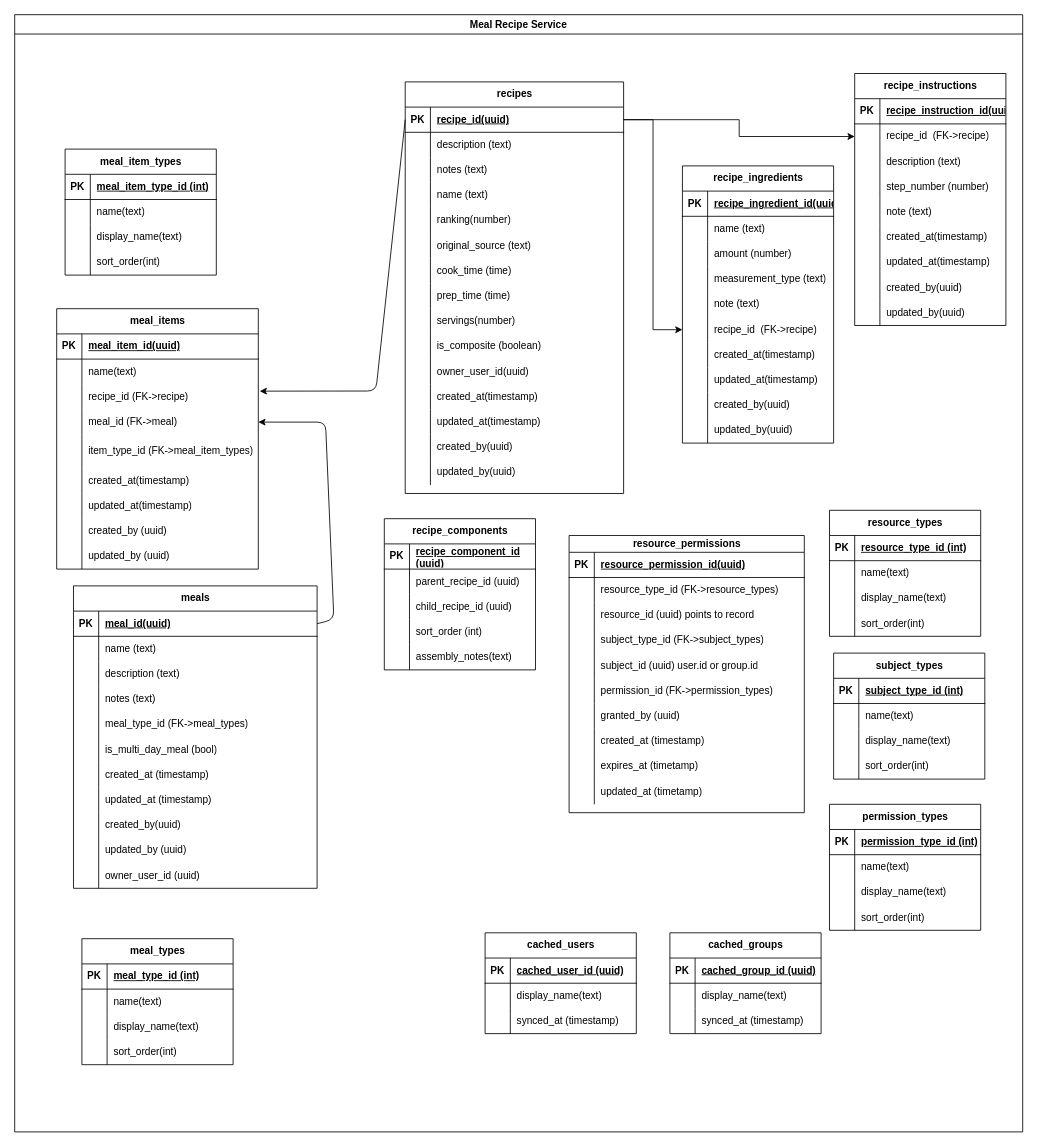
salzheimer/mealplanner keeps this draw.io diagram as page "Meal Recipe DB" (2 of 3) of docs/meal_planning_datamodel.drawio. Above is the earlier version. Source tidied: cells renumbered, new cells numbered last; positions are measured from the earlier drawing's top-left corner, leaving out a move shared by most shapes. Both pictures are drawn from the tidied source at 84%, with x=0, y=0 at pixel (14, 14).
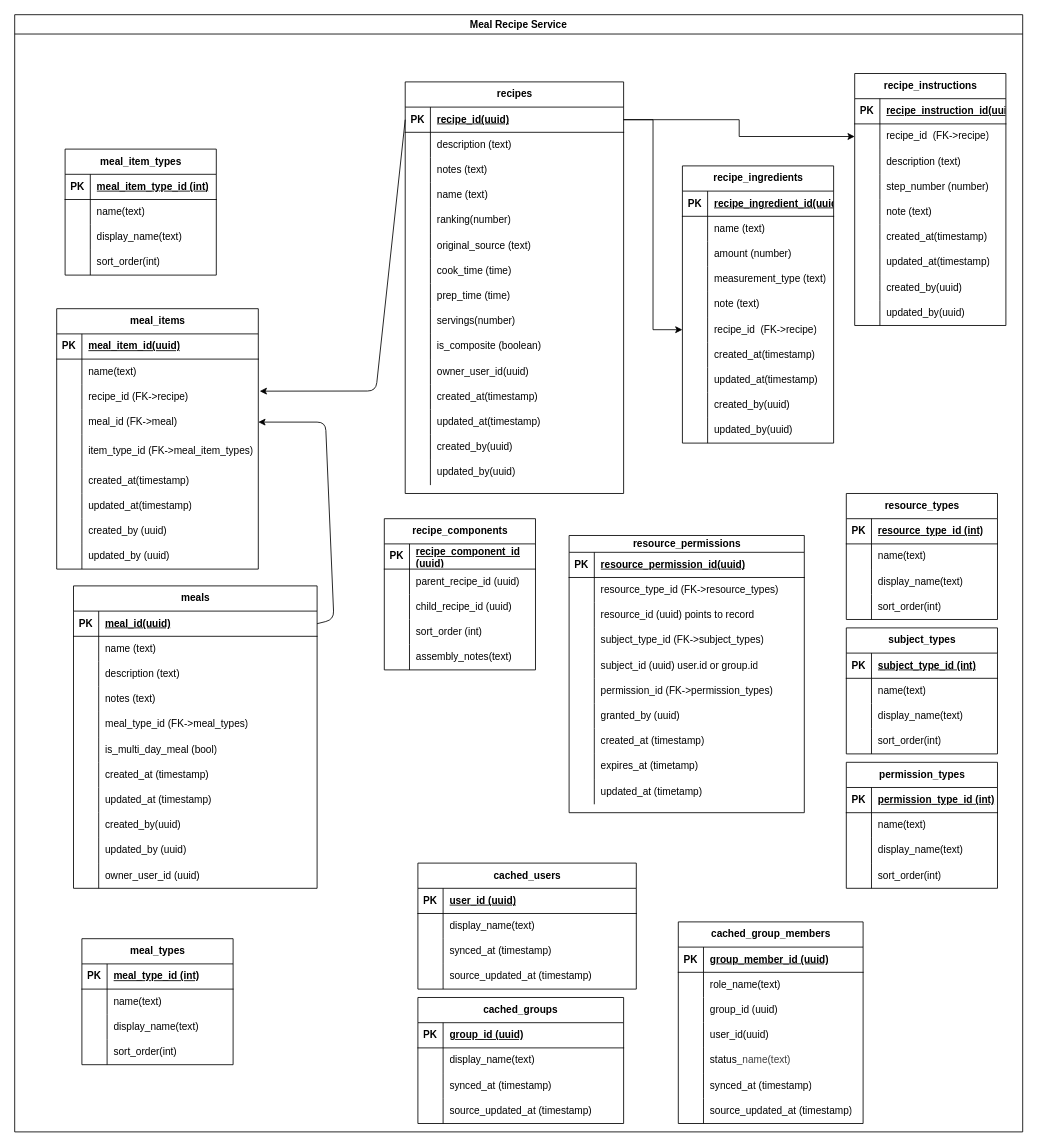
Above is the later version.

The change refers to these unchanged cells:
```xml
<mxCell id="2" value="Meal Recipe Service" style="swimlane;whiteSpace=wrap;html=1;" parent="1" vertex="1">
  <mxGeometry width="1200" height="1330" as="geometry" />
</mxCell>
```

The edit, as a diff of the source:
```diff
@@
     <mxCell id="186" value="&lt;div style=&quot;text-align: left;&quot;&gt;&lt;span style=&quot;background-color: transparent; text-wrap-mode: wrap;&quot;&gt;resource_types&lt;/span&gt;&lt;/div&gt;" style="shape=table;startSize=30;childLayout=tableLayout;rowLines=0;fontStyle=1;align=center;html=1;" parent="2" vertex="1">
-      <mxGeometry x="970" y="590" width="180" height="150" as="geometry" />
+      <mxGeometry x="990" y="570" width="180" height="150" as="geometry" />
     </mxCell>
@@
     <mxCell id="199" value="&lt;span style=&quot;color: rgb(0, 0, 0); text-align: left; white-space: normal;&quot;&gt;subject_&lt;/span&gt;types" style="shape=table;startSize=30;childLayout=tableLayout;rowLines=0;fontStyle=1;align=center;html=1;" parent="2" vertex="1">
-      <mxGeometry x="974.9" y="760" width="180" height="150" as="geometry" />
+      <mxGeometry x="990" y="730" width="180" height="150" as="geometry" />
     </mxCell>
@@
     <mxCell id="256" value="&lt;span style=&quot;color: rgb(0, 0, 0); text-align: left; white-space: normal;&quot;&gt;permission_&lt;/span&gt;types" style="shape=table;startSize=30;childLayout=tableLayout;rowLines=0;fontStyle=1;align=center;html=1;" parent="2" vertex="1">
-      <mxGeometry x="970" y="940" width="180" height="150" as="geometry" />
+      <mxGeometry x="990" y="890" width="180" height="150" as="geometry" />
     </mxCell>
@@
     <mxCell id="269" value="cached_users" style="shape=table;startSize=30;childLayout=tableLayout;rowLines=0;fontStyle=1;align=center;html=1;" parent="2" vertex="1">
-      <mxGeometry x="560" y="1093" width="180" height="120" as="geometry" />
+      <mxGeometry x="480" y="1010" width="260" height="150" as="geometry" />
     </mxCell>
     <mxCell id="270" style="shape=tableRow;horizontal=0;startSize=0;swimlaneHead=0;swimlaneBody=0;fillColor=none;top=0;left=0;right=0;bottom=1;" parent="269" vertex="1">
-      <mxGeometry y="30" width="180" height="30" as="geometry" />
+      <mxGeometry y="30" width="260" height="30" as="geometry" />
     </mxCell>
@@
-    <mxCell id="272" value="cached_user_id (uuid)" style="shape=partialRectangle;fillColor=none;top=0;left=0;bottom=0;right=0;align=left;spacingLeft=6;fontStyle=5;overflow=hidden;whiteSpace=wrap;html=1;" parent="270" vertex="1">
-      <mxGeometry x="30" width="150" height="30" as="geometry" />
+    <mxCell id="272" value="user_id (uuid)" style="shape=partialRectangle;fillColor=none;top=0;left=0;bottom=0;right=0;align=left;spacingLeft=6;fontStyle=5;overflow=hidden;whiteSpace=wrap;html=1;" parent="270" vertex="1">
+      <mxGeometry x="30" width="230" height="30" as="geometry" />
     </mxCell>
     <mxCell id="273" style="shape=tableRow;horizontal=0;startSize=0;swimlaneHead=0;swimlaneBody=0;fillColor=none;top=0;left=0;right=0;bottom=0;" parent="269" vertex="1">
-      <mxGeometry y="60" width="180" height="30" as="geometry" />
+      <mxGeometry y="60" width="260" height="30" as="geometry" />
     </mxCell>
@@
     <mxCell id="275" value="display_name(text)" style="shape=partialRectangle;fillColor=none;top=0;left=0;bottom=0;right=0;align=left;spacingLeft=6;overflow=hidden;whiteSpace=wrap;html=1;" parent="273" vertex="1">
-      <mxGeometry x="30" width="150" height="30" as="geometry" />
+      <mxGeometry x="30" width="230" height="30" as="geometry" />
     </mxCell>
     <mxCell id="276" style="shape=tableRow;horizontal=0;startSize=0;swimlaneHead=0;swimlaneBody=0;fillColor=none;top=0;left=0;right=0;bottom=0;" parent="269" vertex="1">
-      <mxGeometry y="90" width="180" height="30" as="geometry" />
+      <mxGeometry y="90" width="260" height="30" as="geometry" />
     </mxCell>
@@
     <mxCell id="278" value="synced_at (timestamp)" style="shape=partialRectangle;fillColor=none;top=0;left=0;bottom=0;right=0;align=left;spacingLeft=6;overflow=hidden;whiteSpace=wrap;html=1;" parent="276" vertex="1">
-      <mxGeometry x="30" width="150" height="30" as="geometry" />
+      <mxGeometry x="30" width="230" height="30" as="geometry" />
     </mxCell>
+    <mxCell id="306" style="shape=tableRow;horizontal=0;startSize=0;swimlaneHead=0;swimlaneBody=0;fillColor=none;top=0;left=0;right=0;bottom=0;" parent="269" vertex="1">
+      <mxGeometry y="120" width="260" height="30" as="geometry" />
+    </mxCell>
+    <mxCell id="307" style="shape=partialRectangle;fillColor=none;top=0;left=0;bottom=0;right=0;overflow=hidden;whiteSpace=wrap;html=1;" parent="306" vertex="1">
+      <mxGeometry width="30" height="30" as="geometry" />
+    </mxCell>
+    <mxCell id="308" value="source_updated_at (timestamp)" style="shape=partialRectangle;fillColor=none;top=0;left=0;bottom=0;right=0;align=left;spacingLeft=6;overflow=hidden;whiteSpace=wrap;html=1;" parent="306" vertex="1">
+      <mxGeometry x="30" width="230" height="30" as="geometry" />
+    </mxCell>
     <mxCell id="279" value="cached_groups" style="shape=table;startSize=30;childLayout=tableLayout;rowLines=0;fontStyle=1;align=center;html=1;" parent="2" vertex="1">
-      <mxGeometry x="780" y="1093" width="180" height="120" as="geometry" />
+      <mxGeometry x="480" y="1170" width="244.9" height="150" as="geometry" />
     </mxCell>
     <mxCell id="280" style="shape=tableRow;horizontal=0;startSize=0;swimlaneHead=0;swimlaneBody=0;fillColor=none;top=0;left=0;right=0;bottom=1;" parent="279" vertex="1">
-      <mxGeometry y="30" width="180" height="30" as="geometry" />
+      <mxGeometry y="30" width="244.9" height="30" as="geometry" />
     </mxCell>
@@
-    <mxCell id="282" value="cached_group_id (uuid)" style="shape=partialRectangle;fillColor=none;top=0;left=0;bottom=0;right=0;align=left;spacingLeft=6;fontStyle=5;overflow=hidden;whiteSpace=wrap;html=1;" parent="280" vertex="1">
-      <mxGeometry x="30" width="150" height="30" as="geometry" />
+    <mxCell id="282" value="group_id (uuid)" style="shape=partialRectangle;fillColor=none;top=0;left=0;bottom=0;right=0;align=left;spacingLeft=6;fontStyle=5;overflow=hidden;whiteSpace=wrap;html=1;" parent="280" vertex="1">
+      <mxGeometry x="30" width="214.9" height="30" as="geometry" />
     </mxCell>
     <mxCell id="283" style="shape=tableRow;horizontal=0;startSize=0;swimlaneHead=0;swimlaneBody=0;fillColor=none;top=0;left=0;right=0;bottom=0;" parent="279" vertex="1">
-      <mxGeometry y="60" width="180" height="30" as="geometry" />
+      <mxGeometry y="60" width="244.9" height="30" as="geometry" />
     </mxCell>
@@
     <mxCell id="285" value="display_name(text)" style="shape=partialRectangle;fillColor=none;top=0;left=0;bottom=0;right=0;align=left;spacingLeft=6;overflow=hidden;whiteSpace=wrap;html=1;" parent="283" vertex="1">
-      <mxGeometry x="30" width="150" height="30" as="geometry" />
+      <mxGeometry x="30" width="214.9" height="30" as="geometry" />
     </mxCell>
     <mxCell id="286" style="shape=tableRow;horizontal=0;startSize=0;swimlaneHead=0;swimlaneBody=0;fillColor=none;top=0;left=0;right=0;bottom=0;" parent="279" vertex="1">
-      <mxGeometry y="90" width="180" height="30" as="geometry" />
+      <mxGeometry y="90" width="244.9" height="30" as="geometry" />
     </mxCell>
@@
     <mxCell id="288" value="synced_at (timestamp)" style="shape=partialRectangle;fillColor=none;top=0;left=0;bottom=0;right=0;align=left;spacingLeft=6;overflow=hidden;whiteSpace=wrap;html=1;" parent="286" vertex="1">
-      <mxGeometry x="30" width="150" height="30" as="geometry" />
+      <mxGeometry x="30" width="214.9" height="30" as="geometry" />
     </mxCell>
+    <mxCell id="309" style="shape=tableRow;horizontal=0;startSize=0;swimlaneHead=0;swimlaneBody=0;fillColor=none;top=0;left=0;right=0;bottom=0;" parent="279" vertex="1">
+      <mxGeometry y="120" width="244.9" height="30" as="geometry" />
+    </mxCell>
+    <mxCell id="310" style="shape=partialRectangle;fillColor=none;top=0;left=0;bottom=0;right=0;overflow=hidden;whiteSpace=wrap;html=1;" parent="309" vertex="1">
+      <mxGeometry width="30" height="30" as="geometry" />
+    </mxCell>
+    <mxCell id="311" value="source_updated_at (timestamp)" style="shape=partialRectangle;fillColor=none;top=0;left=0;bottom=0;right=0;align=left;spacingLeft=6;overflow=hidden;whiteSpace=wrap;html=1;" parent="309" vertex="1">
+      <mxGeometry x="30" width="214.9" height="30" as="geometry" />
+    </mxCell>
@@
+    <mxCell id="312" value="cached_group_members" style="shape=table;startSize=30;childLayout=tableLayout;rowLines=0;fontStyle=1;align=center;html=1;" parent="2" vertex="1">
+      <mxGeometry x="790" y="1080" width="220" height="240" as="geometry" />
+    </mxCell>
+    <mxCell id="313" style="shape=tableRow;horizontal=0;startSize=0;swimlaneHead=0;swimlaneBody=0;fillColor=none;top=0;left=0;right=0;bottom=1;" parent="312" vertex="1">
+      <mxGeometry y="30" width="220" height="30" as="geometry" />
+    </mxCell>
+    <mxCell id="314" value="PK" style="shape=partialRectangle;fillColor=none;top=0;left=0;bottom=0;right=0;fontStyle=1;overflow=hidden;whiteSpace=wrap;html=1;" parent="313" vertex="1">
+      <mxGeometry width="30" height="30" as="geometry" />
+    </mxCell>
+    <mxCell id="315" value="group_member_id (uuid)" style="shape=partialRectangle;fillColor=none;top=0;left=0;bottom=0;right=0;align=left;spacingLeft=6;fontStyle=5;overflow=hidden;whiteSpace=wrap;html=1;" parent="313" vertex="1">
+      <mxGeometry x="30" width="190" height="30" as="geometry" />
+    </mxCell>
+    <mxCell id="316" style="shape=tableRow;horizontal=0;startSize=0;swimlaneHead=0;swimlaneBody=0;fillColor=none;top=0;left=0;right=0;bottom=0;" parent="312" vertex="1">
+      <mxGeometry y="60" width="220" height="30" as="geometry" />
+    </mxCell>
+    <mxCell id="317" style="shape=partialRectangle;fillColor=none;top=0;left=0;bottom=0;right=0;overflow=hidden;whiteSpace=wrap;html=1;" parent="316" vertex="1">
+      <mxGeometry width="30" height="30" as="geometry" />
+    </mxCell>
+    <mxCell id="318" value="role_name(text)" style="shape=partialRectangle;fillColor=none;top=0;left=0;bottom=0;right=0;align=left;spacingLeft=6;overflow=hidden;whiteSpace=wrap;html=1;" parent="316" vertex="1">
+      <mxGeometry x="30" width="190" height="30" as="geometry" />
+    </mxCell>
+    <mxCell id="319" style="shape=tableRow;horizontal=0;startSize=0;swimlaneHead=0;swimlaneBody=0;fillColor=none;top=0;left=0;right=0;bottom=0;" parent="312" vertex="1">
+      <mxGeometry y="90" width="220" height="30" as="geometry" />
+    </mxCell>
+    <mxCell id="320" style="shape=partialRectangle;fillColor=none;top=0;left=0;bottom=0;right=0;overflow=hidden;whiteSpace=wrap;html=1;" parent="319" vertex="1">
+      <mxGeometry width="30" height="30" as="geometry" />
+    </mxCell>
+    <mxCell id="321" value="group_id (uuid)" style="shape=partialRectangle;fillColor=none;top=0;left=0;bottom=0;right=0;align=left;spacingLeft=6;overflow=hidden;whiteSpace=wrap;html=1;" parent="319" vertex="1">
+      <mxGeometry x="30" width="190" height="30" as="geometry" />
+    </mxCell>
+    <mxCell id="322" style="shape=tableRow;horizontal=0;startSize=0;swimlaneHead=0;swimlaneBody=0;fillColor=none;top=0;left=0;right=0;bottom=0;" parent="312" vertex="1">
+      <mxGeometry y="120" width="220" height="30" as="geometry" />
+    </mxCell>
+    <mxCell id="323" style="shape=partialRectangle;fillColor=none;top=0;left=0;bottom=0;right=0;overflow=hidden;whiteSpace=wrap;html=1;" parent="322" vertex="1">
+      <mxGeometry width="30" height="30" as="geometry" />
+    </mxCell>
+    <mxCell id="324" value="user_id(uuid)" style="shape=partialRectangle;fillColor=none;top=0;left=0;bottom=0;right=0;align=left;spacingLeft=6;overflow=hidden;whiteSpace=wrap;html=1;" parent="322" vertex="1">
+      <mxGeometry x="30" width="190" height="30" as="geometry" />
+    </mxCell>
+    <mxCell id="325" style="shape=tableRow;horizontal=0;startSize=0;swimlaneHead=0;swimlaneBody=0;fillColor=none;top=0;left=0;right=0;bottom=0;" parent="312" vertex="1">
+      <mxGeometry y="150" width="220" height="30" as="geometry" />
+    </mxCell>
+    <mxCell id="326" style="shape=partialRectangle;fillColor=none;top=0;left=0;bottom=0;right=0;overflow=hidden;whiteSpace=wrap;html=1;" parent="325" vertex="1">
+      <mxGeometry width="30" height="30" as="geometry" />
+    </mxCell>
+    <mxCell id="327" value="status&lt;span style=&quot;color: rgb(63, 63, 63); background-color: transparent;&quot;&gt;_name(text)&lt;/span&gt;" style="shape=partialRectangle;fillColor=none;top=0;left=0;bottom=0;right=0;align=left;spacingLeft=6;overflow=hidden;whiteSpace=wrap;html=1;" parent="325" vertex="1">
+      <mxGeometry x="30" width="190" height="30" as="geometry" />
+    </mxCell>
+    <mxCell id="328" style="shape=tableRow;horizontal=0;startSize=0;swimlaneHead=0;swimlaneBody=0;fillColor=none;top=0;left=0;right=0;bottom=0;" parent="312" vertex="1">
+      <mxGeometry y="180" width="220" height="30" as="geometry" />
+    </mxCell>
+    <mxCell id="329" style="shape=partialRectangle;fillColor=none;top=0;left=0;bottom=0;right=0;overflow=hidden;whiteSpace=wrap;html=1;" parent="328" vertex="1">
+      <mxGeometry width="30" height="30" as="geometry" />
+    </mxCell>
+    <mxCell id="330" value="synced_at (timestamp)" style="shape=partialRectangle;fillColor=none;top=0;left=0;bottom=0;right=0;align=left;spacingLeft=6;overflow=hidden;whiteSpace=wrap;html=1;" parent="328" vertex="1">
+      <mxGeometry x="30" width="190" height="30" as="geometry" />
+    </mxCell>
+    <mxCell id="331" style="shape=tableRow;horizontal=0;startSize=0;swimlaneHead=0;swimlaneBody=0;fillColor=none;top=0;left=0;right=0;bottom=0;" parent="312" vertex="1">
+      <mxGeometry y="210" width="220" height="30" as="geometry" />
+    </mxCell>
+    <mxCell id="332" style="shape=partialRectangle;fillColor=none;top=0;left=0;bottom=0;right=0;overflow=hidden;whiteSpace=wrap;html=1;" parent="331" vertex="1">
+      <mxGeometry width="30" height="30" as="geometry" />
+    </mxCell>
+    <mxCell id="333" value="source_updated_at (timestamp)" style="shape=partialRectangle;fillColor=none;top=0;left=0;bottom=0;right=0;align=left;spacingLeft=6;overflow=hidden;whiteSpace=wrap;html=1;" parent="331" vertex="1">
+      <mxGeometry x="30" width="190" height="30" as="geometry" />
+    </mxCell>
```
